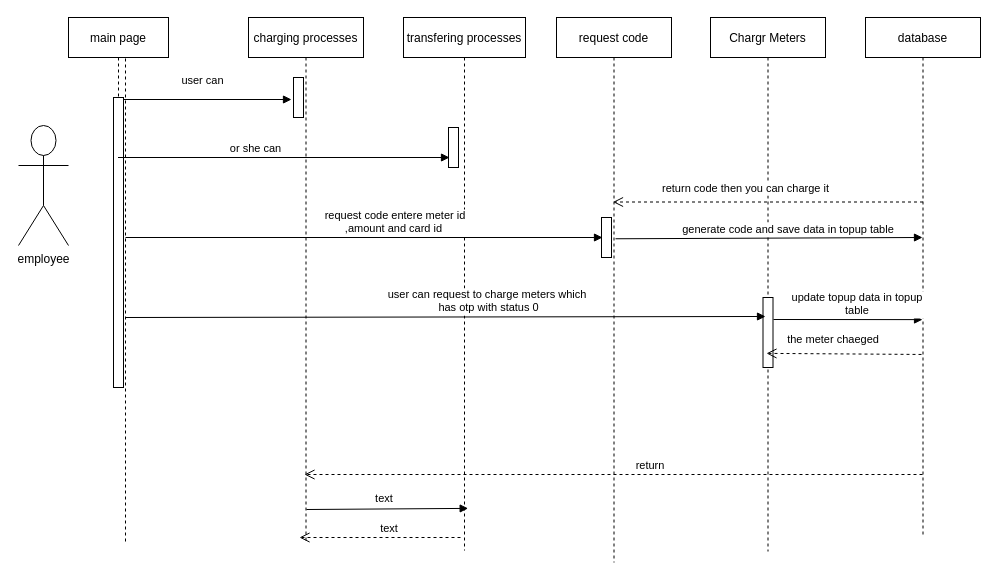
shamaabuhassan/Charts keeps this draw.io diagram as new customerseq.drawio. Above is the earlier version. Source tidied: cells renumbered, new cells numbered last; positions are measured from the earlier drawing's top-left corner, leaving out a move shared by most shapes. Both pictures are drawn from the tidied source at 100%, with x=0, y=0 at pixel (18, 17).
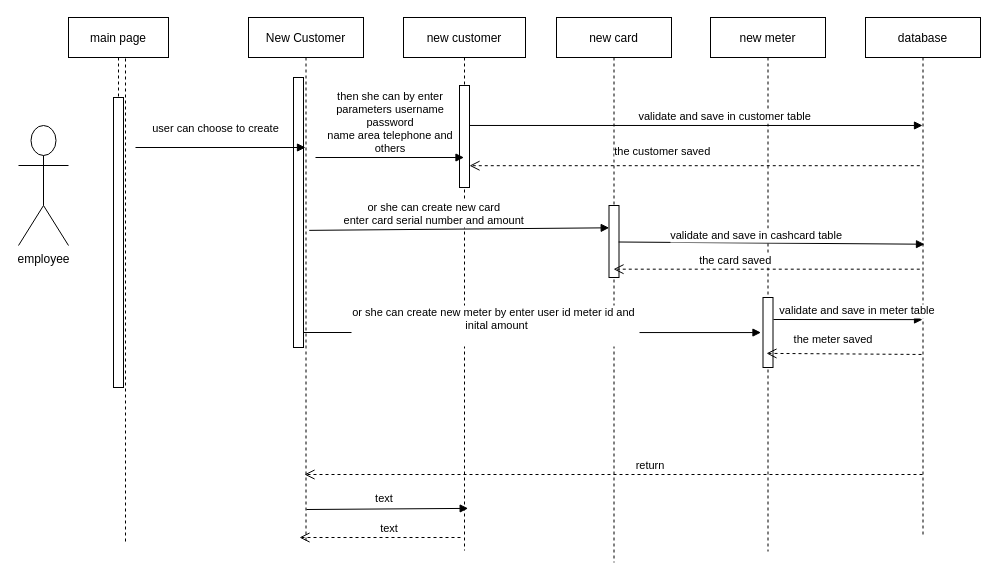
After the change.

Unchanged cells that the change refers to:
```xml
<mxCell id="2" value="main page" style="shape=umlLifeline;perimeter=lifelinePerimeter;rounded=0;shadow=0;strokeWidth=1;" parent="1" vertex="1">
  <mxGeometry x="50" width="100" height="370" as="geometry" />
</mxCell>
<mxCell id="3" style="points=[];perimeter=orthogonalPerimeter;rounded=0;shadow=0;strokeWidth=1;" parent="2" vertex="1">
  <mxGeometry x="45" y="80" width="10" height="290" as="geometry" />
</mxCell>
<mxCell id="13" style="points=[];perimeter=orthogonalPerimeter;rounded=0;shadow=0;strokeWidth=1;" parent="12" vertex="1">
  <mxGeometry x="52.5" y="280" width="10" height="70" as="geometry" />
</mxCell>
<mxCell id="14" value="database" style="shape=umlLifeline;perimeter=lifelinePerimeter;rounded=0;shadow=0;strokeWidth=1;" parent="1" vertex="1">
  <mxGeometry x="847" width="115" height="520" as="geometry" />
</mxCell>
```

Change to the diagram source:
```diff
@@
-    <mxCell id="4" value="charging processes" style="shape=umlLifeline;perimeter=lifelinePerimeter;rounded=0;shadow=0;strokeWidth=1;" parent="1" vertex="1">
+    <mxCell id="4" value="New Customer" style="shape=umlLifeline;perimeter=lifelinePerimeter;rounded=0;shadow=0;strokeWidth=1;" parent="1" vertex="1">
       <mxGeometry x="230" width="115" height="523" as="geometry" />
     </mxCell>
     <mxCell id="5" style="points=[];perimeter=orthogonalPerimeter;rounded=0;shadow=0;strokeWidth=1;" parent="4" vertex="1">
-      <mxGeometry x="45" y="60" width="10" height="40" as="geometry" />
+      <mxGeometry x="45" y="60" width="10" height="270" as="geometry" />
     </mxCell>
@@
-    <mxCell id="7" value="user can " style="verticalAlign=bottom;endArrow=block;entryX=-0.2;entryY=0.55;shadow=0;strokeWidth=1;entryDx=0;entryDy=0;entryPerimeter=0;" parent="1" edge="1" source="3" target="5">
-      <mxGeometry x="-0.04" y="10" relative="1" as="geometry" />
+    <mxCell id="7" value="user can choose to create " style="verticalAlign=bottom;endArrow=block;shadow=0;strokeWidth=1;" parent="1" edge="1" target="4">
+      <mxGeometry x="-0.04" y="10" relative="1" as="geometry">
+        <mxPoint x="117" y="130" as="sourcePoint" />
+      </mxGeometry>
     </mxCell>
@@
-    <mxCell id="9" value="transfering processes" style="shape=umlLifeline;perimeter=lifelinePerimeter;rounded=0;shadow=0;strokeWidth=1;" parent="1" vertex="1">
+    <mxCell id="9" value="new customer" style="shape=umlLifeline;perimeter=lifelinePerimeter;rounded=0;shadow=0;strokeWidth=1;" parent="1" vertex="1">
       <mxGeometry x="385" width="122" height="533" as="geometry" />
     </mxCell>
     <mxCell id="10" style="points=[];perimeter=orthogonalPerimeter;rounded=0;shadow=0;strokeWidth=1;" parent="9" vertex="1">
-      <mxGeometry x="45" y="110" width="10" height="40" as="geometry" />
+      <mxGeometry x="56" y="68" width="10" height="102" as="geometry" />
     </mxCell>
-    <mxCell id="11" value="or she can" style="verticalAlign=bottom;endArrow=block;shadow=0;strokeWidth=1;entryX=0.1;entryY=0.175;entryDx=0;entryDy=0;entryPerimeter=0;" parent="1" edge="1" source="2">
-      <mxGeometry x="-0.17" relative="1" as="geometry">
-        <mxPoint x="431" y="140" as="targetPoint" />
+    <mxCell id="11" value="then she can by enter&#10;parameters username &#10;password&#10;name area telephone and&#10;others" style="verticalAlign=bottom;endArrow=block;shadow=0;strokeWidth=1;" parent="1" edge="1" target="9">
+      <mxGeometry x="0.01" relative="1" as="geometry">
+        <mxPoint x="297" y="140" as="sourcePoint" />
       </mxGeometry>
     </mxCell>
-    <mxCell id="12" value="Chargr Meters" style="shape=umlLifeline;perimeter=lifelinePerimeter;rounded=0;shadow=0;strokeWidth=1;" parent="1" vertex="1">
+    <mxCell id="12" value="new meter" style="shape=umlLifeline;perimeter=lifelinePerimeter;rounded=0;shadow=0;strokeWidth=1;" parent="1" vertex="1">
       <mxGeometry x="692" width="115" height="534" as="geometry" />
     </mxCell>
@@
-    <mxCell id="15" value="request code entere meter id &#10;,amount and card id " style="verticalAlign=bottom;endArrow=block;shadow=0;strokeWidth=1;entryX=0.1;entryY=0.175;entryDx=0;entryDy=0;entryPerimeter=0;" parent="1" edge="1">
-      <mxGeometry x="0.13" relative="1" as="geometry">
-        <mxPoint x="107" y="220" as="sourcePoint" />
-        <mxPoint x="584" y="220" as="targetPoint" />
-      </mxGeometry>
-    </mxCell>
-    <mxCell id="16" value="request code" style="shape=umlLifeline;perimeter=lifelinePerimeter;rounded=0;shadow=0;strokeWidth=1;" parent="1" vertex="1">
+    <mxCell id="16" value="new card" style="shape=umlLifeline;perimeter=lifelinePerimeter;rounded=0;shadow=0;strokeWidth=1;" parent="1" vertex="1">
       <mxGeometry x="538" width="115" height="545" as="geometry" />
     </mxCell>
     <mxCell id="17" style="points=[];perimeter=orthogonalPerimeter;rounded=0;shadow=0;strokeWidth=1;" parent="16" vertex="1">
-      <mxGeometry x="45" y="200" width="10" height="40" as="geometry" />
+      <mxGeometry x="52.5" y="188" width="10" height="72" as="geometry" />
     </mxCell>
@@
-    <mxCell id="21" value="generate code and save data in topup table" style="verticalAlign=bottom;endArrow=block;shadow=0;strokeWidth=1;entryX=0.1;entryY=0.175;entryDx=0;entryDy=0;entryPerimeter=0;exitX=0.513;exitY=0.406;exitDx=0;exitDy=0;exitPerimeter=0;" parent="1" edge="1" source="16">
-      <mxGeometry x="0.13" relative="1" as="geometry">
-        <mxPoint x="904" y="220" as="targetPoint" />
-      </mxGeometry>
-    </mxCell>
-    <mxCell id="22" value="return code then you can charge it" style="verticalAlign=bottom;endArrow=open;dashed=1;endSize=8;shadow=0;strokeWidth=1;" parent="1" edge="1">
-      <mxGeometry x="0.14" y="-5" relative="1" as="geometry">
-        <mxPoint x="904.5" y="184.5" as="sourcePoint" />
-        <mxPoint x="594.5" y="184.5" as="targetPoint" />
-      </mxGeometry>
-    </mxCell>
-    <mxCell id="23" value="user can request to charge meters which&#10; has otp with status 0" style="verticalAlign=bottom;endArrow=block;shadow=0;strokeWidth=1;" parent="1" edge="1">
-      <mxGeometry x="0.13" relative="1" as="geometry">
-        <mxPoint x="107" y="300" as="sourcePoint" />
-        <mxPoint x="747" y="299" as="targetPoint" />
-      </mxGeometry>
-    </mxCell>
-    <mxCell id="24" value="update topup data in topup&#10;table" style="verticalAlign=bottom;endArrow=block;shadow=0;strokeWidth=1;entryX=0.496;entryY=0.581;entryDx=0;entryDy=0;entryPerimeter=0;" parent="1" edge="1" target="14">
+    <mxCell id="24" value="validate and save in meter table" style="verticalAlign=bottom;endArrow=block;shadow=0;strokeWidth=1;entryX=0.496;entryY=0.581;entryDx=0;entryDy=0;entryPerimeter=0;" parent="1" edge="1" target="14">
       <mxGeometry x="0.13" relative="1" as="geometry">
         <mxPoint x="755" y="302" as="sourcePoint" />
       </mxGeometry>
     </mxCell>
-    <mxCell id="25" value="the meter chaeged" style="verticalAlign=bottom;endArrow=open;dashed=1;endSize=8;shadow=0;strokeWidth=1;entryX=0.487;entryY=0.629;entryDx=0;entryDy=0;entryPerimeter=0;exitX=0.487;exitY=0.648;exitDx=0;exitDy=0;exitPerimeter=0;" parent="1" edge="1" source="14" target="12">
+    <mxCell id="25" value="the meter saved" style="verticalAlign=bottom;endArrow=open;dashed=1;endSize=8;shadow=0;strokeWidth=1;entryX=0.487;entryY=0.629;entryDx=0;entryDy=0;entryPerimeter=0;exitX=0.487;exitY=0.648;exitDx=0;exitDy=0;exitPerimeter=0;" parent="1" edge="1" source="14" target="12">
       <mxGeometry x="0.14" y="-5" relative="1" as="geometry" />
     </mxCell>
+    <mxCell id="26" value="or she can create new meter by enter user id meter id and &#10; inital amount&#10; " style="verticalAlign=bottom;endArrow=block;shadow=0;strokeWidth=1;entryX=-0.203;entryY=0.501;entryDx=0;entryDy=0;entryPerimeter=0;" parent="1" edge="1" target="13">
+      <mxGeometry x="-0.16" y="-15" relative="1" as="geometry">
+        <mxPoint x="285" y="315" as="sourcePoint" />
+      </mxGeometry>
+    </mxCell>
+    <mxCell id="27" value="or she can create new card&#10;enter card serial number and amount" style="verticalAlign=bottom;endArrow=block;shadow=0;strokeWidth=1;exitX=0.528;exitY=0.407;exitDx=0;exitDy=0;exitPerimeter=0;entryX=0.021;entryY=0.31;entryDx=0;entryDy=0;entryPerimeter=0;" parent="1" edge="1" source="4" target="17">
+      <mxGeometry x="-0.17" relative="1" as="geometry" />
+    </mxCell>
+    <mxCell id="28" value="validate and save in customer table" style="verticalAlign=bottom;endArrow=block;shadow=0;strokeWidth=1;exitX=0.971;exitY=0.392;exitDx=0;exitDy=0;exitPerimeter=0;" parent="1" edge="1" source="10" target="14">
+      <mxGeometry x="0.13" relative="1" as="geometry" />
+    </mxCell>
+    <mxCell id="29" value="the customer saved" style="verticalAlign=bottom;endArrow=open;dashed=1;endSize=8;shadow=0;strokeWidth=1;exitX=0.472;exitY=0.285;exitDx=0;exitDy=0;exitPerimeter=0;" parent="1" edge="1" source="14" target="10">
+      <mxGeometry x="0.14" y="-5" relative="1" as="geometry" />
+    </mxCell>
+    <mxCell id="30" value="validate and save in cashcard table" style="verticalAlign=bottom;endArrow=block;shadow=0;strokeWidth=1;exitX=0.962;exitY=0.507;exitDx=0;exitDy=0;exitPerimeter=0;entryX=0.513;entryY=0.436;entryDx=0;entryDy=0;entryPerimeter=0;" parent="1" edge="1" source="17" target="14">
+      <mxGeometry x="-0.1" y="-1" relative="1" as="geometry" />
+    </mxCell>
+    <mxCell id="31" value="the card saved" style="verticalAlign=bottom;endArrow=open;dashed=1;endSize=8;shadow=0;strokeWidth=1;exitX=0.472;exitY=0.484;exitDx=0;exitDy=0;exitPerimeter=0;" parent="1" edge="1" source="14" target="16">
+      <mxGeometry x="0.2" relative="1" as="geometry" />
+    </mxCell>
```
